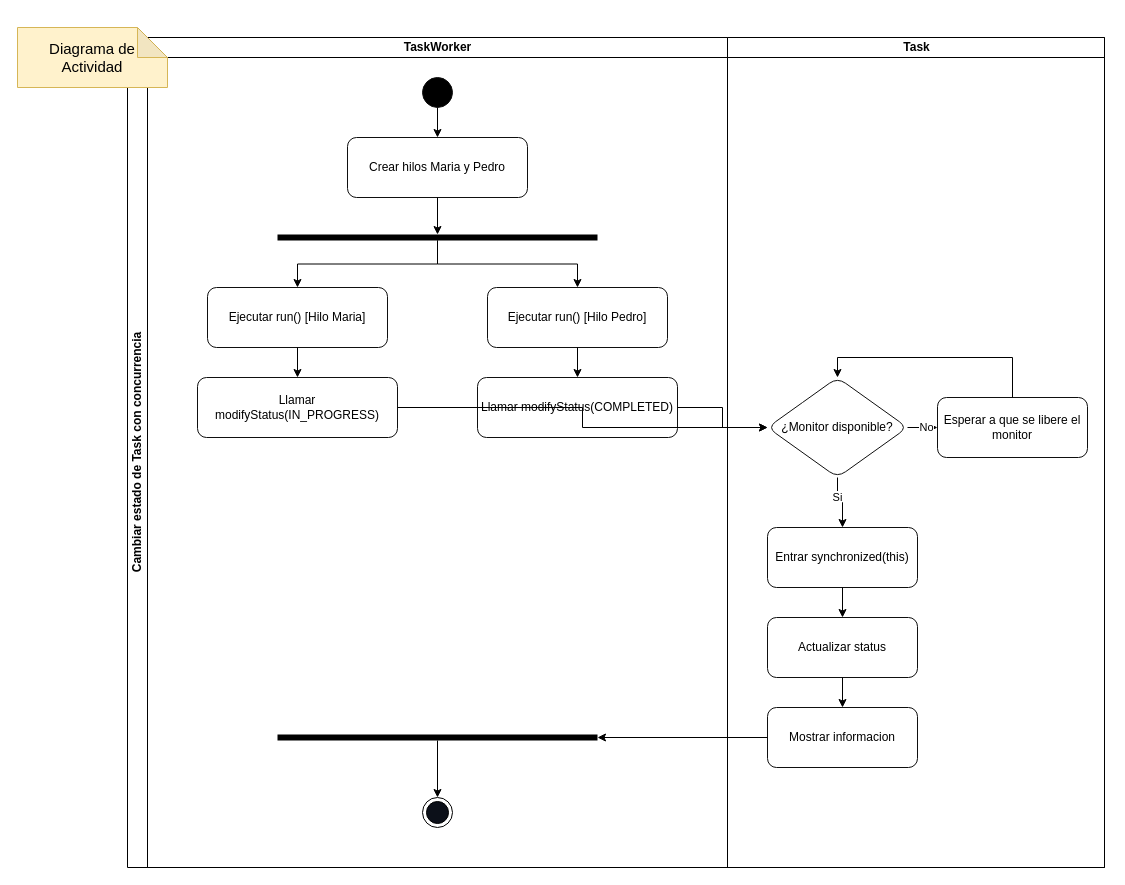
Before: diagramasUML/2_diagrama_actividad_v2.drawio in Angel4091/todo-collaborative-app, a draw.io diagram. Source tidied: cells renumbered, new cells numbered last; positions are measured from the earlier drawing's top-left corner, leaving out a move shared by most shapes. Both pictures are drawn from the tidied source at 100%, with x=0, y=0 at pixel (17, 27).
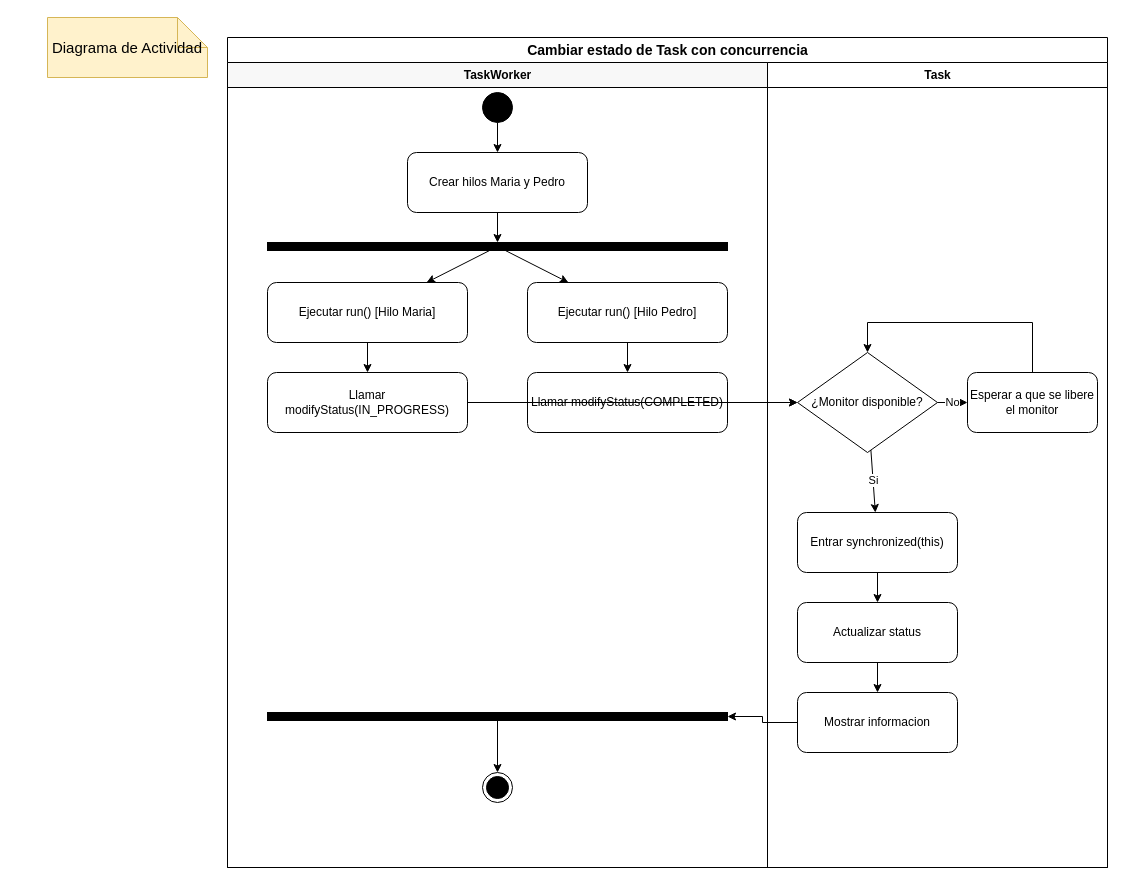
The same page after the edit.

Commit message:
fix(uml): simplificar drawio de actividad para que abra sin error

Change to the diagram source:
```diff
@@
-    <mxCell id="2" style="group;" parent="1" vertex="1">
-      <mxGeometry x="110" y="10" width="977" height="830" as="geometry" />
-    </mxCell>
+    <mxCell id="5" value="&lt;font style=&quot;font-size: 15px;&quot;&gt;Diagrama de Actividad&lt;/font&gt;" style="shape=note;whiteSpace=wrap;html=1;backgroundOutline=1;fillColor=#fff2cc;strokeColor=#d6b656;" parent="1" vertex="1">
+      <mxGeometry x="30" y="-10" width="160" height="60" as="geometry" />
+    </mxCell>
-    <mxCell id="3" value="Cambiar estado de Task con concurrencia" style="swimlane;html=1;startSize=20;horizontal=0;whiteSpace=wrap;" parent="2" vertex="1">
-      <mxGeometry width="977" height="830" as="geometry" />
+    <mxCell id="3" value="Cambiar estado de Task con concurrencia" style="swimlane;html=1;startSize=25;fontSize=14;fontStyle=1;fillColor=#FFFFFF;strokeColor=#000000;" parent="1" vertex="1">
+      <mxGeometry x="210" y="10" width="880" height="830" as="geometry" />
     </mxCell>
-    <mxCell id="4" value="TaskWorker" style="swimlane;html=1;startSize=20;fillColor=none;" parent="3" vertex="1">
-      <mxGeometry x="20" width="580" height="830" as="geometry" />
+    <mxCell id="4" value="TaskWorker" style="swimlane;html=1;startSize=25;fillColor=#F8F8F8;strokeColor=#000000;fontSize=12;fontStyle=1;" parent="3" vertex="1">
+      <mxGeometry y="25" width="540" height="805" as="geometry" />
     </mxCell>
-    <mxCell id="5" value="&lt;font style=&quot;font-size: 15px;&quot;&gt;Diagrama de Actividad&lt;/font&gt;" style="shape=note;whiteSpace=wrap;html=1;backgroundOutline=1;darkOpacity=0.05;fillColor=#fff2cc;strokeColor=#d6b656;" parent="4" vertex="1">
-      <mxGeometry x="-130" y="-10" width="150" height="60" as="geometry" />
-    </mxCell>
+    <mxCell id="22" value="Task" style="swimlane;html=1;startSize=25;fillColor=#FFFFFF;strokeColor=#000000;fontSize=12;fontStyle=1;" parent="3" vertex="1">
+      <mxGeometry x="540" y="25" width="340" height="805" as="geometry" />
+    </mxCell>
-    <mxCell id="6" style="ellipse;fillColor=#000000;html=1;strokeColor=light-dark(#0f0f0f, #9577a3);" parent="4" vertex="1">
-      <mxGeometry x="275" y="40" width="30" height="30" as="geometry" />
+    <mxCell id="6" style="ellipse;fillColor=#000000;html=1;strokeColor=#000000;" parent="4" vertex="1">
+      <mxGeometry x="255" y="30" width="30" height="30" as="geometry" />
     </mxCell>
-    <mxCell id="7" value="Crear hilos Maria y Pedro" style="whiteSpace=wrap;html=1;fillColor=none;strokeColor=light-dark(#0f0f0f, #9577a3);rounded=1;" parent="4" vertex="1">
-      <mxGeometry x="200" y="100" width="180" height="60" as="geometry" />
+    <mxCell id="7" value="Crear hilos Maria y Pedro" style="whiteSpace=wrap;html=1;fillColor=#FFFFFF;strokeColor=#000000;rounded=1;" parent="4" vertex="1">
+      <mxGeometry x="180" y="90" width="180" height="60" as="geometry" />
     </mxCell>
-    <mxCell id="8" style="html=1;points=[];perimeter=orthogonalPerimeter;fillColor=light-dark(#000000, #6db2ff);rotation=90;fontColor=#ffffff;strokeColor=none;" parent="4" vertex="1">
-      <mxGeometry x="287" y="40" width="6" height="320" as="geometry" />
+    <mxCell id="8" style="rounded=0;fillColor=#000000;strokeColor=#000000;" parent="4" vertex="1">
+      <mxGeometry x="40" y="180" width="460" height="8" as="geometry" />
     </mxCell>
-    <mxCell id="9" value="Ejecutar run() [Hilo Maria]" style="whiteSpace=wrap;html=1;fillColor=none;strokeColor=light-dark(#0f0f0f, #9577a3);rounded=1;" parent="4" vertex="1">
-      <mxGeometry x="60" y="250" width="180" height="60" as="geometry" />
+    <mxCell id="9" value="Ejecutar run() [Hilo Maria]" style="whiteSpace=wrap;html=1;fillColor=#FFFFFF;strokeColor=#000000;rounded=1;" parent="4" vertex="1">
+      <mxGeometry x="40" y="220" width="200" height="60" as="geometry" />
     </mxCell>
-    <mxCell id="10" value="Llamar modifyStatus(IN_PROGRESS)" style="whiteSpace=wrap;html=1;fillColor=none;strokeColor=light-dark(#0f0f0f, #9577a3);rounded=1;" parent="4" vertex="1">
-      <mxGeometry x="50" y="340" width="200" height="60" as="geometry" />
+    <mxCell id="10" value="Llamar modifyStatus(IN_PROGRESS)" style="whiteSpace=wrap;html=1;fillColor=#FFFFFF;strokeColor=#000000;rounded=1;" parent="4" vertex="1">
+      <mxGeometry x="40" y="310" width="200" height="60" as="geometry" />
     </mxCell>
-    <mxCell id="11" value="Ejecutar run() [Hilo Pedro]" style="whiteSpace=wrap;html=1;fillColor=none;strokeColor=light-dark(#0f0f0f, #9577a3);rounded=1;" parent="4" vertex="1">
-      <mxGeometry x="340" y="250" width="180" height="60" as="geometry" />
+    <mxCell id="11" value="Ejecutar run() [Hilo Pedro]" style="whiteSpace=wrap;html=1;fillColor=#FFFFFF;strokeColor=#000000;rounded=1;" parent="4" vertex="1">
+      <mxGeometry x="300" y="220" width="200" height="60" as="geometry" />
     </mxCell>
-    <mxCell id="12" value="Llamar modifyStatus(COMPLETED)" style="whiteSpace=wrap;html=1;fillColor=none;strokeColor=light-dark(#0f0f0f, #9577a3);rounded=1;" parent="4" vertex="1">
-      <mxGeometry x="330" y="340" width="200" height="60" as="geometry" />
+    <mxCell id="12" value="Llamar modifyStatus(COMPLETED)" style="whiteSpace=wrap;html=1;fillColor=#FFFFFF;strokeColor=#000000;rounded=1;" parent="4" vertex="1">
+      <mxGeometry x="300" y="310" width="200" height="60" as="geometry" />
     </mxCell>
-    <mxCell id="13" style="html=1;points=[];perimeter=orthogonalPerimeter;fillColor=light-dark(#000000, #6db2ff);rotation=90;fontColor=#ffffff;strokeColor=none;" parent="4" vertex="1">
-      <mxGeometry x="287" y="540" width="6" height="320" as="geometry" />
+    <mxCell id="13" style="rounded=0;fillColor=#000000;strokeColor=#000000;" parent="4" vertex="1">
+      <mxGeometry x="40" y="650" width="460" height="8" as="geometry" />
     </mxCell>
-    <mxCell id="14" style="ellipse;html=1;shape=endState;fillColor=#0C1019;" parent="4" vertex="1">
-      <mxGeometry x="275" y="760" width="30" height="30" as="geometry" />
+    <mxCell id="14" style="ellipse;html=1;shape=endState;fillColor=#000000;strokeColor=#000000;" parent="4" vertex="1">
+      <mxGeometry x="255" y="710" width="30" height="30" as="geometry" />
     </mxCell>
-    <mxCell id="15" style="edgeStyle=orthogonalEdgeStyle;rounded=0;jettySize=auto;html=1;" parent="4" edge="1" source="6" target="7">
+    <mxCell id="15" style="endArrow=classic;html=1;rounded=0;strokeColor=#000000;" parent="4" edge="1" source="6" target="7">
       <mxGeometry relative="1" as="geometry" />
     </mxCell>
-    <mxCell id="16" style="edgeStyle=orthogonalEdgeStyle;rounded=0;jettySize=auto;html=1;" parent="4" edge="1" source="7" target="8">
+    <mxCell id="16" style="endArrow=classic;html=1;rounded=0;strokeColor=#000000;" parent="4" edge="1" source="7" target="8">
       <mxGeometry relative="1" as="geometry" />
     </mxCell>
-    <mxCell id="17" style="edgeStyle=orthogonalEdgeStyle;rounded=0;jettySize=auto;html=1;" parent="4" edge="1" source="8" target="9">
+    <mxCell id="17" style="endArrow=classic;html=1;rounded=0;strokeColor=#000000;" parent="4" edge="1" source="8" target="9">
       <mxGeometry relative="1" as="geometry" />
     </mxCell>
-    <mxCell id="18" style="edgeStyle=orthogonalEdgeStyle;rounded=0;jettySize=auto;html=1;" parent="4" edge="1" source="9" target="10">
+    <mxCell id="18" style="endArrow=classic;html=1;rounded=0;strokeColor=#000000;" parent="4" edge="1" source="9" target="10">
       <mxGeometry relative="1" as="geometry" />
     </mxCell>
-    <mxCell id="19" style="edgeStyle=orthogonalEdgeStyle;rounded=0;jettySize=auto;html=1;" parent="4" edge="1" source="8" target="11">
+    <mxCell id="19" style="endArrow=classic;html=1;rounded=0;strokeColor=#000000;" parent="4" edge="1" source="8" target="11">
       <mxGeometry relative="1" as="geometry" />
     </mxCell>
-    <mxCell id="20" style="edgeStyle=orthogonalEdgeStyle;rounded=0;jettySize=auto;html=1;" parent="4" edge="1" source="11" target="12">
+    <mxCell id="20" style="endArrow=classic;html=1;rounded=0;strokeColor=#000000;" parent="4" edge="1" source="11" target="12">
       <mxGeometry relative="1" as="geometry" />
     </mxCell>
-    <mxCell id="21" style="edgeStyle=orthogonalEdgeStyle;rounded=0;jettySize=auto;html=1;" parent="4" edge="1" source="13" target="14">
+    <mxCell id="21" style="endArrow=classic;html=1;rounded=0;strokeColor=#000000;" parent="4" edge="1" source="13" target="14">
       <mxGeometry relative="1" as="geometry" />
     </mxCell>
-    <mxCell id="22" value="Task" style="swimlane;html=1;startSize=20;" parent="3" vertex="1">
-      <mxGeometry x="600" width="377" height="830" as="geometry" />
-    </mxCell>
-    <mxCell id="23" value="¿Monitor disponible?" style="rhombus;whiteSpace=wrap;html=1;fillColor=none;strokeColor=light-dark(#0f0f0f, #9577a3);rounded=1;" parent="22" vertex="1">
-      <mxGeometry x="40" y="340" width="140" height="100" as="geometry" />
+    <mxCell id="23" value="¿Monitor disponible?" style="rhombus;whiteSpace=wrap;html=1;fillColor=#FFFFFF;strokeColor=#000000;" parent="22" vertex="1">
+      <mxGeometry x="30" y="290" width="140" height="100" as="geometry" />
     </mxCell>
-    <mxCell id="24" value="Esperar a que se libere el monitor" style="whiteSpace=wrap;html=1;fillColor=none;strokeColor=light-dark(#0f0f0f, #9577a3);rounded=1;" parent="22" vertex="1">
-      <mxGeometry x="210" y="360" width="150" height="60" as="geometry" />
+    <mxCell id="24" value="Esperar a que se libere el monitor" style="whiteSpace=wrap;html=1;fillColor=#FFFFFF;strokeColor=#000000;rounded=1;" parent="22" vertex="1">
+      <mxGeometry x="200" y="310" width="130" height="60" as="geometry" />
     </mxCell>
-    <mxCell id="25" value="Entrar synchronized(this)" style="whiteSpace=wrap;html=1;fillColor=none;strokeColor=light-dark(#0f0f0f, #9577a3);rounded=1;" parent="22" vertex="1">
-      <mxGeometry x="40" y="490" width="150" height="60" as="geometry" />
+    <mxCell id="25" value="Entrar synchronized(this)" style="whiteSpace=wrap;html=1;fillColor=#FFFFFF;strokeColor=#000000;rounded=1;" parent="22" vertex="1">
+      <mxGeometry x="30" y="450" width="160" height="60" as="geometry" />
     </mxCell>
-    <mxCell id="26" value="Actualizar status" style="whiteSpace=wrap;html=1;fillColor=none;strokeColor=light-dark(#0f0f0f, #9577a3);rounded=1;" parent="22" vertex="1">
-      <mxGeometry x="40" y="580" width="150" height="60" as="geometry" />
+    <mxCell id="26" value="Actualizar status" style="whiteSpace=wrap;html=1;fillColor=#FFFFFF;strokeColor=#000000;rounded=1;" parent="22" vertex="1">
+      <mxGeometry x="30" y="540" width="160" height="60" as="geometry" />
     </mxCell>
-    <mxCell id="27" value="Mostrar informacion" style="whiteSpace=wrap;html=1;fillColor=none;strokeColor=light-dark(#0f0f0f, #9577a3);rounded=1;" parent="22" vertex="1">
-      <mxGeometry x="40" y="670" width="150" height="60" as="geometry" />
+    <mxCell id="27" value="Mostrar informacion" style="whiteSpace=wrap;html=1;fillColor=#FFFFFF;strokeColor=#000000;rounded=1;" parent="22" vertex="1">
+      <mxGeometry x="30" y="630" width="160" height="60" as="geometry" />
     </mxCell>
-    <mxCell id="28" style="edgeStyle=orthogonalEdgeStyle;rounded=0;jettySize=auto;html=1;" parent="22" edge="1" source="23" target="24">
+    <mxCell id="28" value="No" style="endArrow=classic;html=1;rounded=0;strokeColor=#000000;" parent="22" edge="1" source="23" target="24">
       <mxGeometry relative="1" as="geometry" />
     </mxCell>
-    <mxCell id="29" value="No" style="edgeLabel;html=1;align=center;verticalAlign=middle;" parent="28" vertex="1">
-      <mxGeometry x="-0.3" y="1" relative="1" as="geometry" />
-    </mxCell>
-    <mxCell id="30" style="edgeStyle=orthogonalEdgeStyle;rounded=0;jettySize=auto;html=1;" parent="22" edge="1" source="23" target="25">
+    <mxCell id="30" value="Si" style="endArrow=classic;html=1;rounded=0;strokeColor=#000000;" parent="22" edge="1" source="23" target="25">
       <mxGeometry relative="1" as="geometry" />
     </mxCell>
-    <mxCell id="31" value="Si" style="edgeLabel;html=1;align=center;verticalAlign=middle;" parent="30" vertex="1">
-      <mxGeometry x="-0.3" y="-1" relative="1" as="geometry" />
-    </mxCell>
-    <mxCell id="32" style="edgeStyle=orthogonalEdgeStyle;rounded=0;jettySize=auto;html=1;" parent="22" edge="1" source="24" target="23">
+    <mxCell id="32" style="endArrow=classic;html=1;rounded=0;strokeColor=#000000;edgeStyle=orthogonalEdgeStyle;" parent="22" edge="1" source="24" target="23">
       <mxGeometry relative="1" as="geometry">
         <Array as="points">
-          <mxPoint x="285" y="320" />
-          <mxPoint x="110" y="320" />
+          <mxPoint x="265" y="260" />
+          <mxPoint x="100" y="260" />
         </Array>
       </mxGeometry>
     </mxCell>
-    <mxCell id="33" style="edgeStyle=orthogonalEdgeStyle;rounded=0;jettySize=auto;html=1;" parent="22" edge="1" source="25" target="26">
+    <mxCell id="33" style="endArrow=classic;html=1;rounded=0;strokeColor=#000000;" parent="22" edge="1" source="25" target="26">
       <mxGeometry relative="1" as="geometry" />
     </mxCell>
-    <mxCell id="34" style="edgeStyle=orthogonalEdgeStyle;rounded=0;jettySize=auto;html=1;" parent="22" edge="1" source="26" target="27">
+    <mxCell id="34" style="endArrow=classic;html=1;rounded=0;strokeColor=#000000;" parent="22" edge="1" source="26" target="27">
       <mxGeometry relative="1" as="geometry" />
     </mxCell>
-    <mxCell id="35" style="edgeStyle=orthogonalEdgeStyle;rounded=0;jettySize=auto;html=1;" parent="3" edge="1" source="10" target="23">
+    <mxCell id="35" style="endArrow=classic;html=1;rounded=0;strokeColor=#000000;edgeStyle=orthogonalEdgeStyle;" parent="3" edge="1" source="10" target="23">
       <mxGeometry relative="1" as="geometry" />
     </mxCell>
-    <mxCell id="36" style="edgeStyle=orthogonalEdgeStyle;rounded=0;jettySize=auto;html=1;" parent="3" edge="1" source="12" target="23">
+    <mxCell id="36" style="endArrow=classic;html=1;rounded=0;strokeColor=#000000;edgeStyle=orthogonalEdgeStyle;" parent="3" edge="1" source="12" target="23">
       <mxGeometry relative="1" as="geometry" />
     </mxCell>
-    <mxCell id="37" style="edgeStyle=orthogonalEdgeStyle;rounded=0;jettySize=auto;html=1;" parent="3" edge="1" source="27" target="13">
+    <mxCell id="37" style="endArrow=classic;html=1;rounded=0;strokeColor=#000000;edgeStyle=orthogonalEdgeStyle;" parent="3" edge="1" source="27" target="13">
       <mxGeometry relative="1" as="geometry" />
     </mxCell>
```
